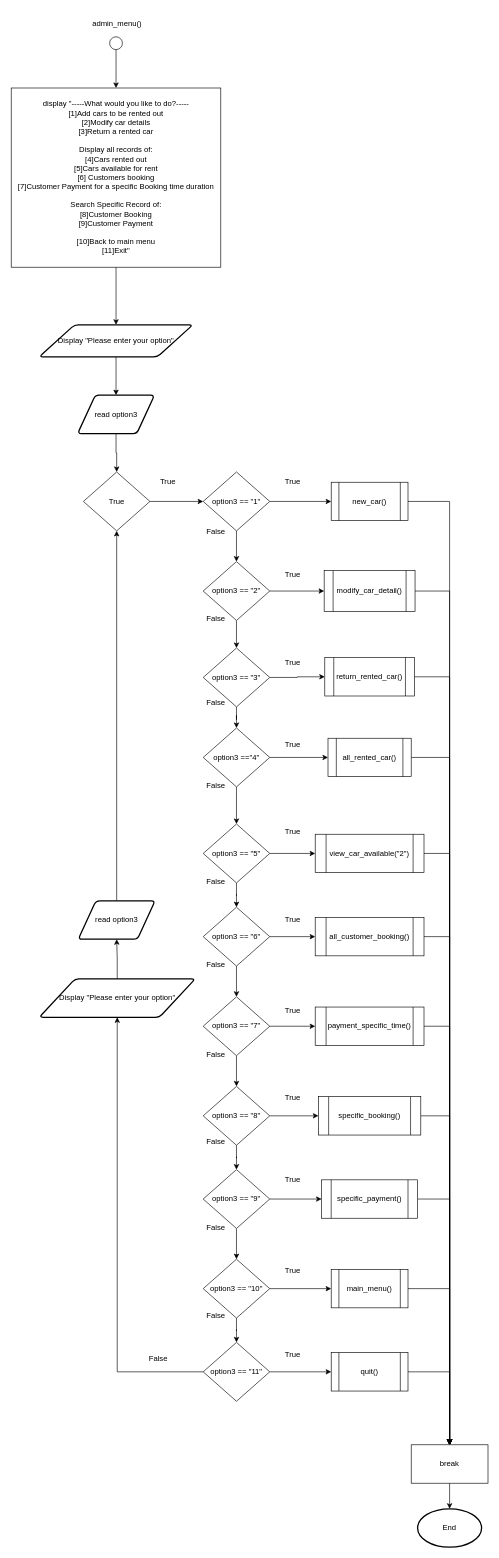
The draw.io diagram page "admin_menu()" (18 of 27) of Flowchart.drawio in LeeRenJie/python-assignment, before the edit. Source tidied: cells renumbered, new cells numbered last; positions are measured from the earlier drawing's top-left corner, leaving out a move shared by most shapes. Both pictures are drawn from the tidied source at 64%, with x=0, y=0 at pixel (11, 11).
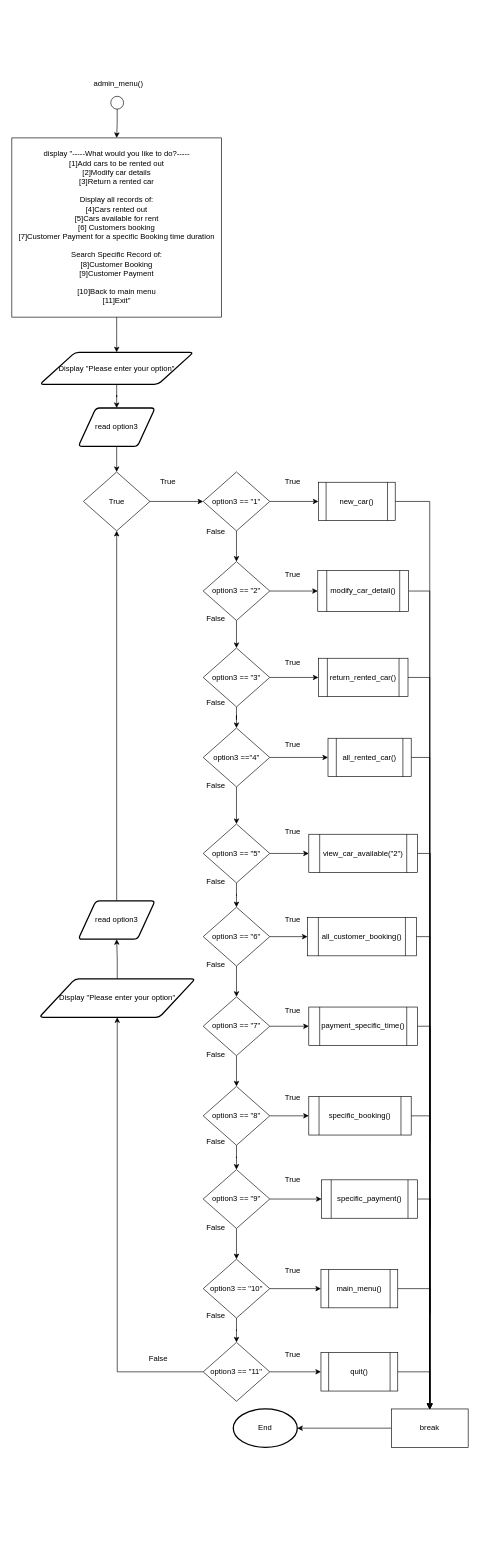
The same diagram, later.

The edit, as a diff of the source:
```diff
@@
     <mxCell id="3" value="display &quot;-----What would you like to do?-----&lt;br&gt;[1]Add cars to be rented out&lt;br&gt;[2]Modify car details&lt;br&gt;[3]Return a rented car&lt;br&gt;&lt;br&gt;Display all records of:&lt;br&gt;[4]Cars rented out&lt;br&gt;[5]Cars available for rent&lt;br&gt;[6] Customers booking&lt;br&gt;[7]Customer Payment for a specific Booking time duration&lt;br&gt;&lt;br&gt;Search Specific Record of:&lt;br&gt;[8]Customer Booking&lt;br&gt;[9]Customer Payment&lt;br&gt;&lt;br&gt;[10]Back to main menu&lt;br&gt;[11]Exit&quot;" style="rounded=0;whiteSpace=wrap;html=1;fontSize=12;" parent="1" vertex="1">
-      <mxGeometry y="120" width="327.5" height="280" as="geometry" />
+      <mxGeometry x="1" y="198" width="327.5" height="280" as="geometry" />
     </mxCell>
@@
     <mxCell id="5" value="read option3" style="shape=parallelogram;html=1;strokeWidth=2;perimeter=parallelogramPerimeter;whiteSpace=wrap;rounded=1;arcSize=12;size=0.23;" parent="1" vertex="1">
-      <mxGeometry x="103.8" y="600" width="120" height="60" as="geometry" />
+      <mxGeometry x="104.8" y="620" width="120" height="60" as="geometry" />
     </mxCell>
@@
     <mxCell id="42" value="new_car()" style="shape=process;whiteSpace=wrap;html=1;backgroundOutline=1;fontSize=12;" parent="1" vertex="1">
-      <mxGeometry x="500" y="736" width="120" height="60" as="geometry" />
+      <mxGeometry x="480" y="736" width="120" height="60" as="geometry" />
     </mxCell>
@@
     <mxCell id="44" value="modify_car_detail()" style="shape=process;whiteSpace=wrap;html=1;backgroundOutline=1;fontSize=12;" parent="1" vertex="1">
-      <mxGeometry x="489" y="874" width="142" height="64" as="geometry" />
+      <mxGeometry x="479" y="874" width="142" height="64" as="geometry" />
     </mxCell>
@@
     <mxCell id="46" value="return_rented_car()" style="shape=process;whiteSpace=wrap;html=1;backgroundOutline=1;fontSize=12;" parent="1" vertex="1">
-      <mxGeometry x="490" y="1010" width="140" height="60" as="geometry" />
+      <mxGeometry x="480" y="1011" width="140" height="60" as="geometry" />
     </mxCell>
@@
     <mxCell id="50" value="view_car_available(&quot;2&quot;)" style="shape=process;whiteSpace=wrap;html=1;backgroundOutline=1;fontSize=12;" parent="1" vertex="1">
-      <mxGeometry x="475" y="1286" width="170" height="60" as="geometry" />
+      <mxGeometry x="465" y="1286" width="170" height="60" as="geometry" />
     </mxCell>
@@
     <mxCell id="52" value="all_customer_booking()" style="shape=process;whiteSpace=wrap;html=1;backgroundOutline=1;fontSize=12;" parent="1" vertex="1">
-      <mxGeometry x="475" y="1416" width="170" height="60" as="geometry" />
+      <mxGeometry x="463" y="1416" width="170" height="60" as="geometry" />
     </mxCell>
@@
     <mxCell id="54" value="payment_specific_time()" style="shape=process;whiteSpace=wrap;html=1;backgroundOutline=1;fontSize=12;" parent="1" vertex="1">
-      <mxGeometry x="475" y="1556" width="170" height="60" as="geometry" />
+      <mxGeometry x="465" y="1556" width="170" height="60" as="geometry" />
     </mxCell>
@@
     <mxCell id="56" value="specific_booking()" style="shape=process;whiteSpace=wrap;html=1;backgroundOutline=1;fontSize=12;" parent="1" vertex="1">
-      <mxGeometry x="480" y="1696" width="160" height="60" as="geometry" />
+      <mxGeometry x="465" y="1696" width="160" height="60" as="geometry" />
     </mxCell>
@@
     <mxCell id="60" value="main_menu()" style="shape=process;whiteSpace=wrap;html=1;backgroundOutline=1;fontSize=12;" parent="1" vertex="1">
-      <mxGeometry x="500" y="1966" width="120" height="60" as="geometry" />
+      <mxGeometry x="484" y="1966" width="120" height="60" as="geometry" />
     </mxCell>
@@
     <mxCell id="62" value="quit()" style="shape=process;whiteSpace=wrap;html=1;backgroundOutline=1;fontSize=12;" parent="1" vertex="1">
-      <mxGeometry x="500" y="2096" width="120" height="60" as="geometry" />
+      <mxGeometry x="484" y="2096" width="120" height="60" as="geometry" />
     </mxCell>
@@
     <mxCell id="66" value="&lt;span&gt;Display &quot;Please enter your option&quot;&lt;/span&gt;" style="shape=parallelogram;html=1;strokeWidth=2;perimeter=parallelogramPerimeter;whiteSpace=wrap;rounded=1;arcSize=12;size=0.23;fontSize=12;" parent="1" vertex="1">
-      <mxGeometry x="43.8" y="490" width="240" height="50" as="geometry" />
+      <mxGeometry x="44.8" y="533" width="240" height="50" as="geometry" />
     </mxCell>
@@
     <mxCell id="92" value="End" style="strokeWidth=2;html=1;shape=mxgraph.flowchart.start_1;whiteSpace=wrap;fontSize=12;" parent="1" vertex="1">
-      <mxGeometry x="635" y="2340" width="100" height="60" as="geometry" />
+      <mxGeometry x="347" y="2184" width="100" height="60" as="geometry" />
     </mxCell>
-    <mxCell id="93" style="edgeStyle=orthogonalEdgeStyle;rounded=0;jettySize=auto;html=1;entryX=0.5;entryY=0;entryDx=0;entryDy=0;entryPerimeter=0;" parent="1" edge="1" source="94" target="92">
+    <mxCell id="93" style="edgeStyle=orthogonalEdgeStyle;rounded=0;jettySize=auto;html=1;entryX=1;entryY=0.5;entryDx=0;entryDy=0;entryPerimeter=0;" parent="1" edge="1" source="94" target="92">
       <mxGeometry relative="1" as="geometry" />
     </mxCell>
     <mxCell id="94" value="break" style="rounded=0;whiteSpace=wrap;html=1;fontSize=12;" parent="1" vertex="1">
-      <mxGeometry x="625" y="2240" width="120" height="60" as="geometry" />
+      <mxGeometry x="594" y="2184" width="120" height="60" as="geometry" />
     </mxCell>
@@
     <mxCell id="96" style="ellipse;whiteSpace=wrap;html=1;" parent="1" vertex="1">
-      <mxGeometry x="153.8" y="40" width="20" height="20" as="geometry" />
+      <mxGeometry x="155.6" y="133" width="20" height="20" as="geometry" />
     </mxCell>
     <mxCell id="97" value="&amp;nbsp;admin_menu()" style="text;html=1;strokeColor=none;fillColor=none;align=center;verticalAlign=middle;whiteSpace=wrap;rounded=0;" parent="1" vertex="1">
-      <mxGeometry x="98.8" width="130" height="40" as="geometry" />
+      <mxGeometry x="100.6" y="93" width="130" height="40" as="geometry" />
     </mxCell>
```
